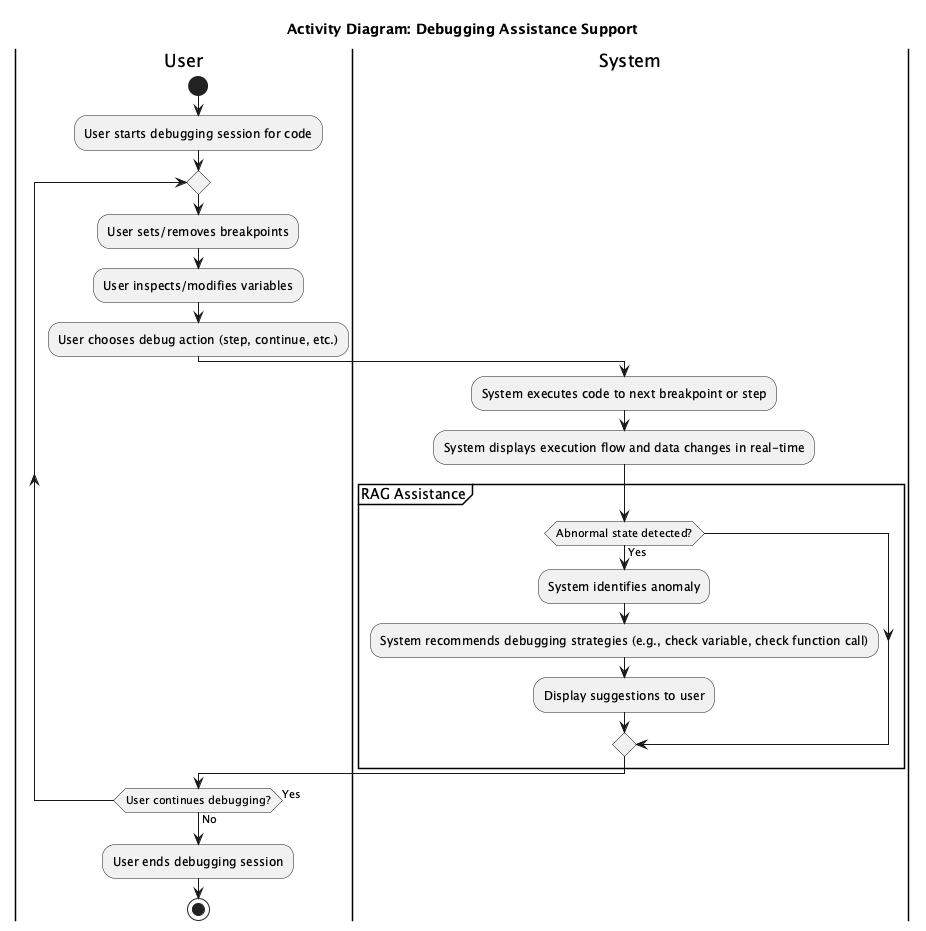
stepbystepcode/CodeWay keeps this PlantUML diagram as latex/UML/Activity/Debugging-Assistance-Support.png. Above is the earlier version. The source it was exported from:
```plantuml
@startuml
title Activity Diagram: Debugging Assistance Support

|User|
start
:User starts debugging session for code;
repeat
  :User sets/removes breakpoints;
  :User inspects/modifies variables;
  :User chooses debug action (step, continue, etc.);

  |System|
  :System executes code to next breakpoint or step;
  :System displays execution flow and data changes in real-time;
  partition RAG Assistance {
    if (Abnormal state detected?) then (Yes)
        :System identifies anomaly;
        :System recommends debugging strategies (e.g., check variable, check function call);
        :Display suggestions to user;
    endif
  }

  |User|
repeat while (User continues debugging?) is (Yes) not (No)
:User ends debugging session;
stop

@enduml
```
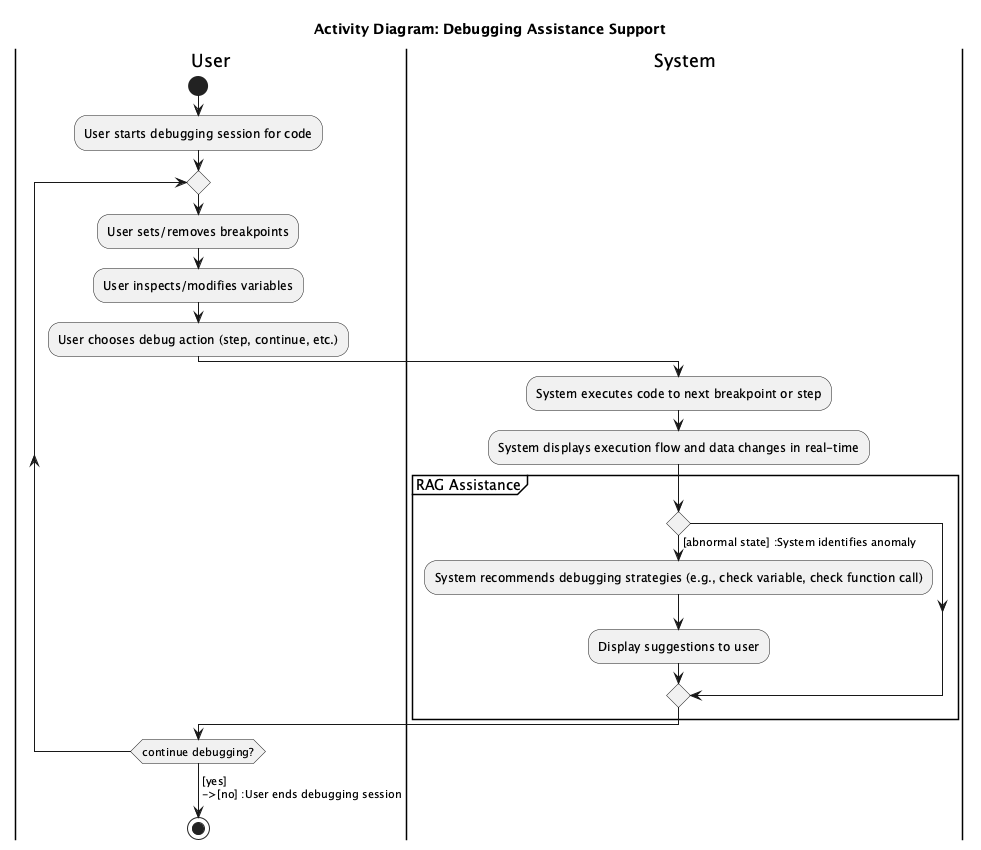
Above is the later version.

Change to the diagram source:
```diff
@@ -13,16 +13,17 @@
   :System executes code to next breakpoint or step;
   :System displays execution flow and data changes in real-time;
   partition RAG Assistance {
-    if (Abnormal state detected?) then (Yes)
-        :System identifies anomaly;
+    if () then
+        ->[abnormal state] :System identifies anomaly;
         :System recommends debugging strategies (e.g., check variable, check function call);
         :Display suggestions to user;
     endif
   }
 
   |User|
-repeat while (User continues debugging?) is (Yes) not (No)
-:User ends debugging session;
+repeat while (continue debugging?)
+->[yes]
+->[no] :User ends debugging session;
 stop
 
 @enduml
```
